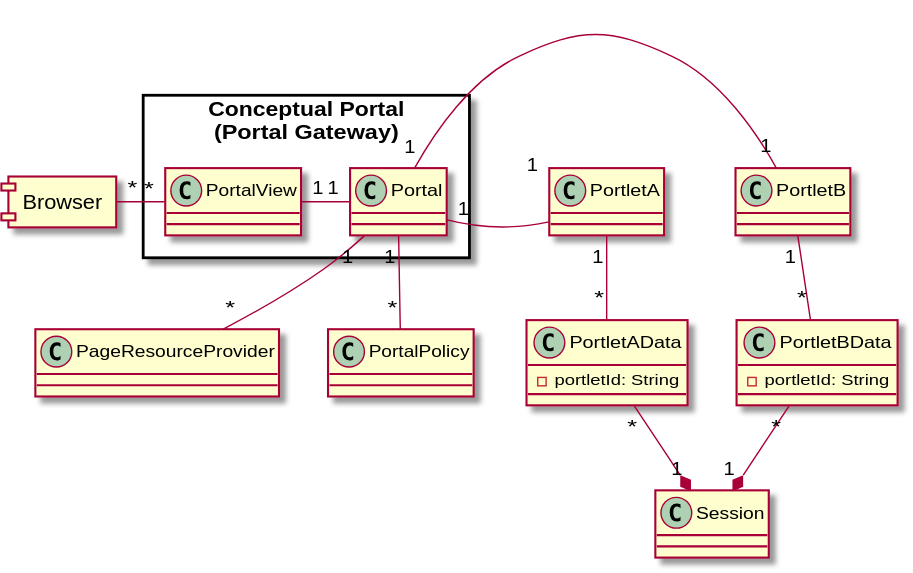
Before: javadoc-portal/org/jgrapes/portal/PortalStructure.svg, a diagram exported from PlantUML (mnlipp/jgrapes).
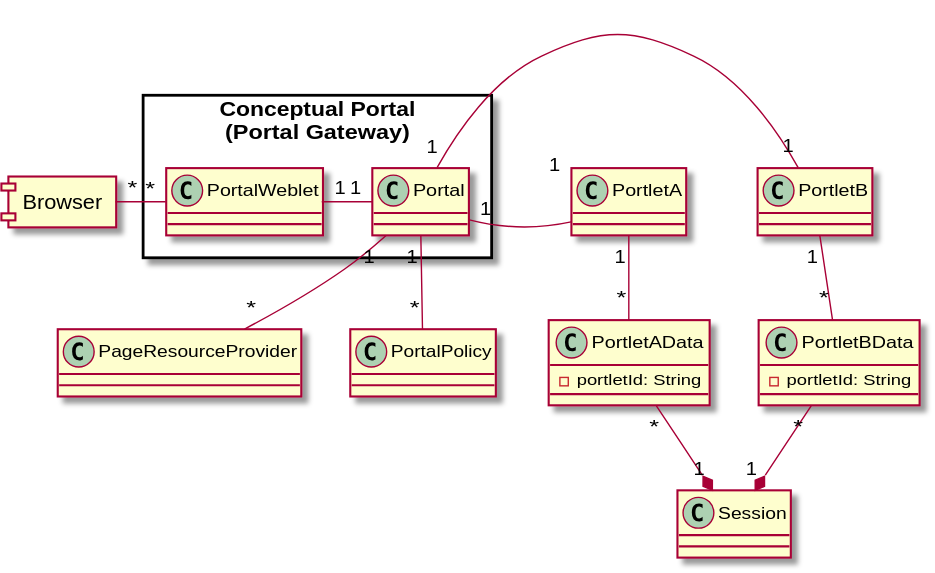
After the change.

Diff of the diagram source:
```diff
@@ -6,12 +6,12 @@
 
  package "Conceptual Portal\n(Portal Gateway)" {
     class Portal
- 	  class PortalView
+ 	  class PortalWeblet
 
-    Portal "1" -left- "1" PortalView
+    Portal "1" -left- "1" PortalWeblet
  }
 
- PortalView "*" -left- "*" Browser
+ PortalWeblet "*" -left- "*" Browser
 
  together {
 
```
